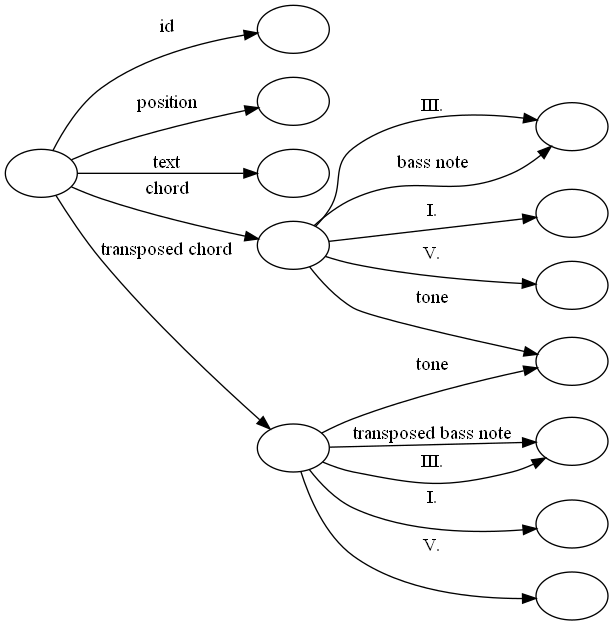
Above: szakdolgozat/images/img_src/rdf_graph_7.png in Ancsak01/szakdolgozat (Graphviz), before the change. Its source is kept beside it as szakdolgozat/images/img_src/rdf_graph_7.dot. Its diagram source:
```dot
digraph g {
    rankdir=LR
    Segment [label=""]
    ID [label=""]
    Position [label=""]
    Text [label=""]
    Bass_note [label=""]
    Chord [label=""]
    Deg1 [label=""]
    Deg5 [label=""]
    T_Chord [label=""]
    T_Tone [label=""]
    T_Bass_note [label=""]
    T_Deg1 [label=""]
    T_Deg5 [label=""]
    Segment -> ID [label="id"]
    Segment -> Position [label="position"]
    Segment -> Text [label="text"]
    Segment -> T_Chord [label="transposed chord"]
    Segment -> Chord [label="chord"]
    Chord -> T_Tone [label="tone"]
    Chord -> Deg1 [label="I."]
    Chord -> Bass_note [label="III."]
    Chord -> Deg5 [label="V."]
    Chord -> Bass_note [label="bass note"]
    T_Chord -> T_Tone [label="tone"]
    T_Chord -> T_Bass_note [label="transposed bass note"]
    T_Chord -> T_Deg1 [label="I."]
    T_Chord -> T_Bass_note [label="III."]
    T_Chord -> T_Deg5 [label="V."]
}
```
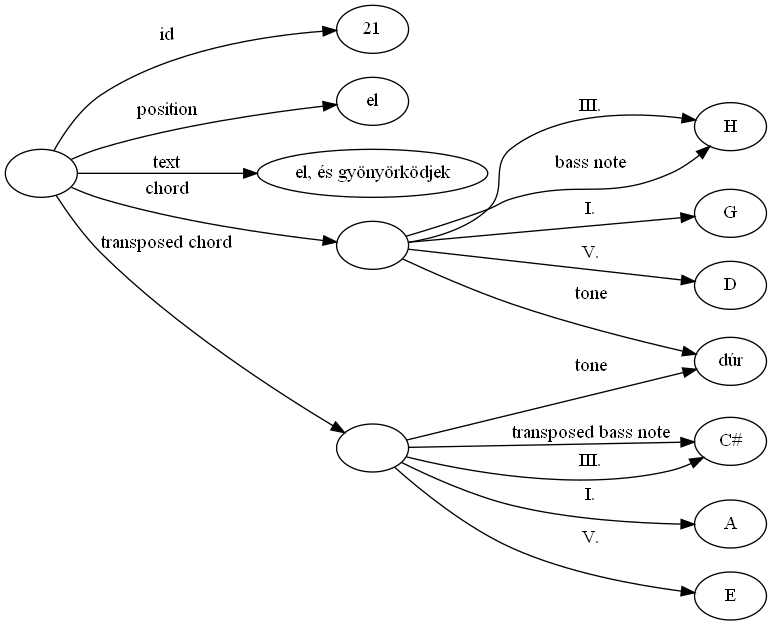
The same file after the commit.

What changed in the source:
```diff
@@ -1,18 +1,18 @@
 digraph g {
     rankdir=LR
     Segment [label=""]
-    ID [label=""]
-    Position [label=""]
-    Text [label=""]
-    Bass_note [label=""]
+    ID [label="21"]
+    Position [label="el"]
+    Text [label="el, és gyönyörködjek"]
+    Bass_note [label="H"]
     Chord [label=""]
-    Deg1 [label=""]
-    Deg5 [label=""]
+    Deg1 [label="G"]
+    Deg5 [label="D"]
     T_Chord [label=""]
-    T_Tone [label=""]
-    T_Bass_note [label=""]
-    T_Deg1 [label=""]
-    T_Deg5 [label=""]
+    T_Tone [label="dúr"]
+    T_Bass_note [label="C#"]
+    T_Deg1 [label="A"]
+    T_Deg5 [label="E"]
     Segment -> ID [label="id"]
     Segment -> Position [label="position"]
     Segment -> Text [label="text"]
```
